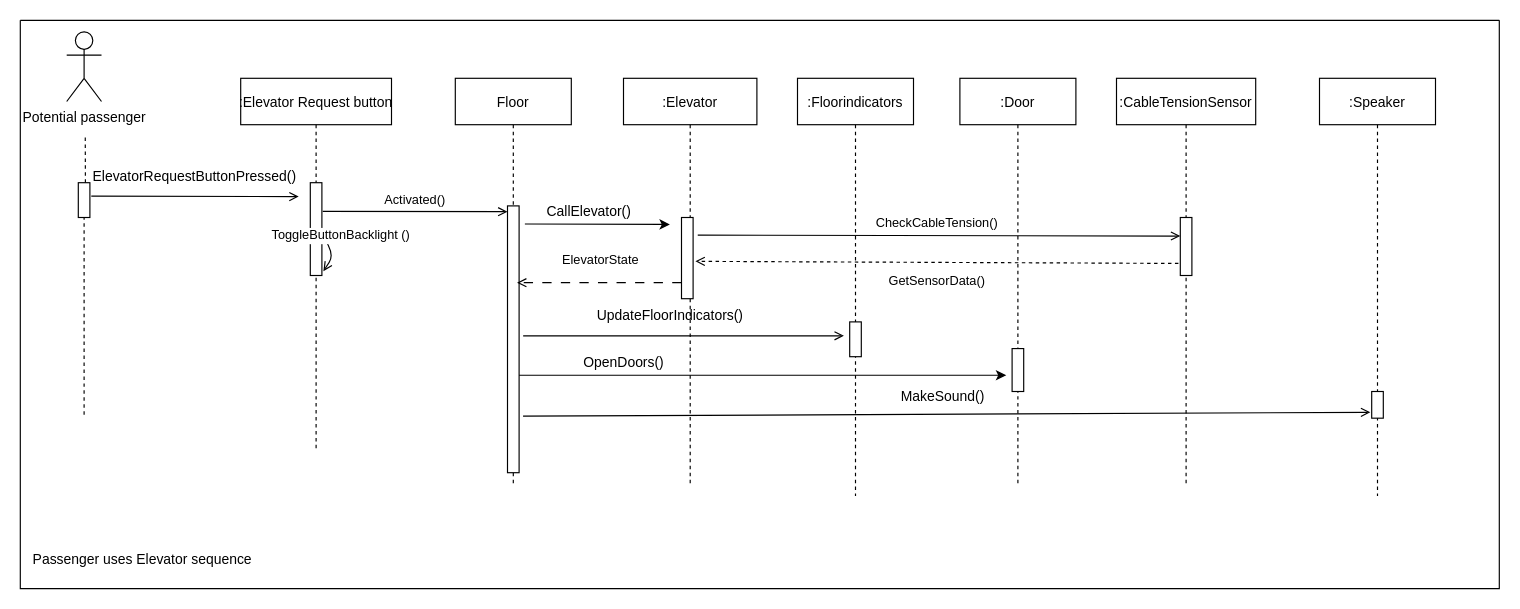
The draw.io diagram Sofware Design/Elevator Challenge/Potential passenger sequence diagram.drawio in TiemonS/Tiemon-Steeghs-Semester-3-Repository, before the edit. Source tidied: cells renumbered, new cells numbered last; positions are measured from the earlier drawing's top-left corner, leaving out a move shared by most shapes. Both pictures are drawn from the tidied source at 116%, with x=0, y=0 at pixel (20, 20).
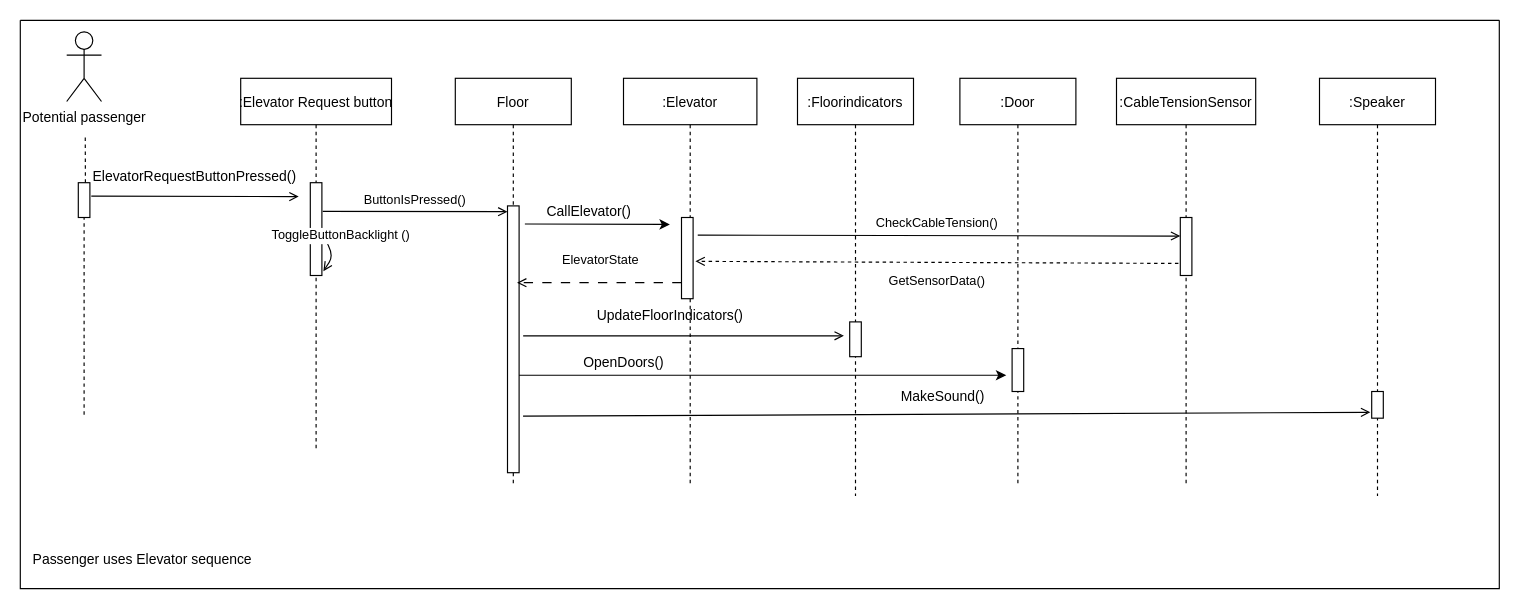
Above is the later version.

Unchanged cells that the change refers to:
```xml
<mxCell id="2" style="swimlane;startSize=0;" parent="1" vertex="1">
  <mxGeometry width="1275" height="490" as="geometry" />
</mxCell>
```

Diff of the diagram source:
```diff
@@
-    <mxCell id="38" value="Activated()" style="text;html=1;align=center;verticalAlign=middle;strokeColor=none;fillColor=none;fontSize=11;" parent="2" vertex="1">
-      <mxGeometry x="300" y="140" width="80" height="30" as="geometry" />
+    <mxCell id="38" value="ButtonIsPressed()" style="text;html=1;align=center;verticalAlign=middle;strokeColor=none;fillColor=none;fontSize=11;" parent="2" vertex="1">
+      <mxGeometry x="285" y="140" width="110" height="30" as="geometry" />
     </mxCell>
```
